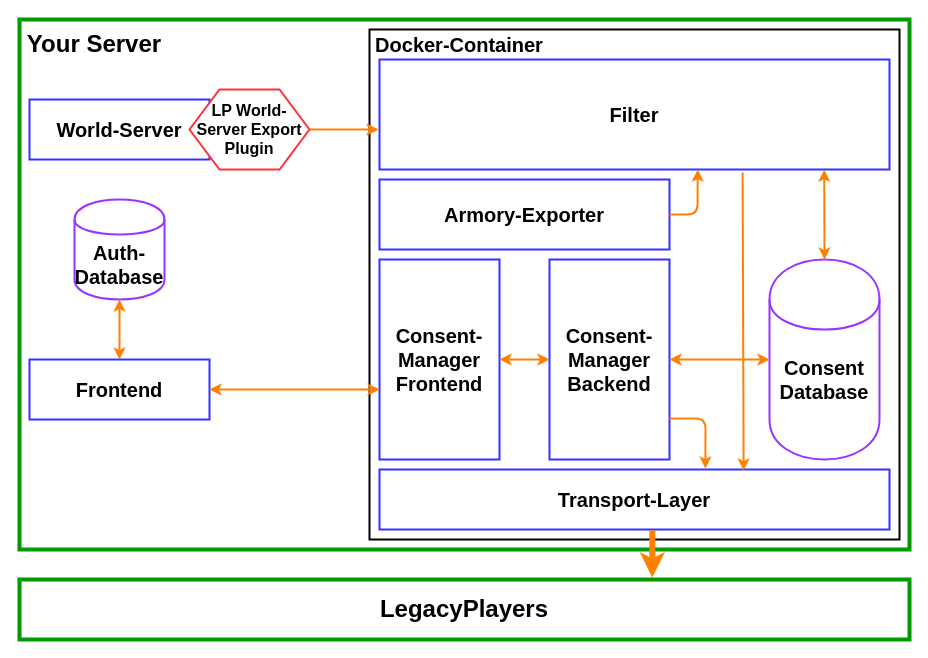
The draw.io diagram Exporter/LP-Export-Functionality.drawio in Geigerkind/LegacyPlayersV3, before the edit. Source tidied: cells renumbered, new cells numbered last; positions are measured from the earlier drawing's top-left corner, leaving out a move shared by most shapes. Both pictures are drawn from the tidied source at 100%, with x=0, y=0 at pixel (19, 19).
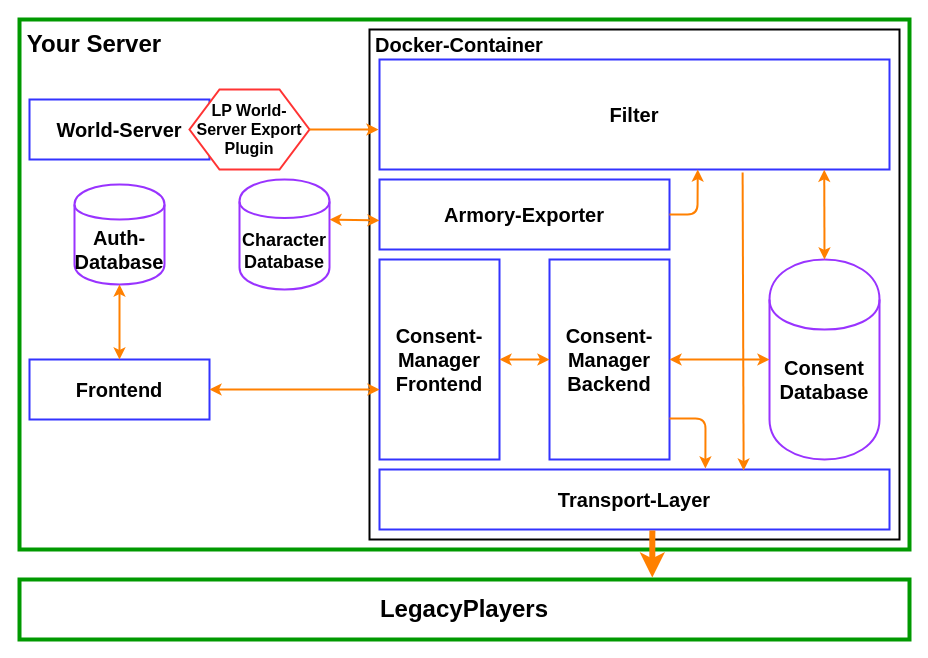
After the change.

Commit message (it also covers changes not shown here):
adding relationship to armory export

The edit, as a diff of the source:
```diff
@@
     <mxCell id="6" value="&lt;font style=&quot;font-size: 20px&quot;&gt;&lt;b&gt;Auth-Database&lt;/b&gt;&lt;/font&gt;" style="shape=cylinder;whiteSpace=wrap;html=1;boundedLbl=1;backgroundOutline=1;strokeColor=#9933FF;strokeWidth=2;" parent="1" vertex="1">
-      <mxGeometry x="55" y="180" width="90" height="100" as="geometry" />
+      <mxGeometry x="55" y="165" width="90" height="100" as="geometry" />
     </mxCell>
@@
+    <mxCell id="27" value="&lt;font style=&quot;font-size: 18px&quot;&gt;&lt;b&gt;Character Database&lt;br&gt;&lt;/b&gt;&lt;/font&gt;" style="shape=cylinder;whiteSpace=wrap;html=1;boundedLbl=1;backgroundOutline=1;strokeColor=#9933FF;strokeWidth=2;fillColor=#ffffff;" parent="1" vertex="1">
+      <mxGeometry x="220" y="160" width="90" height="110" as="geometry" />
+    </mxCell>
+    <mxCell id="28" style="endArrow=classic;startArrow=classic;html=1;strokeColor=#FF8000;strokeWidth=2;exitX=0;exitY=0.5;exitDx=0;exitDy=0;entryX=1;entryY=0.364;entryDx=0;entryDy=0;entryPerimeter=0;" parent="1" edge="1" target="27">
+      <mxGeometry relative="1" as="geometry">
+        <mxPoint x="360" y="201" as="sourcePoint" />
+      </mxGeometry>
+    </mxCell>
```
